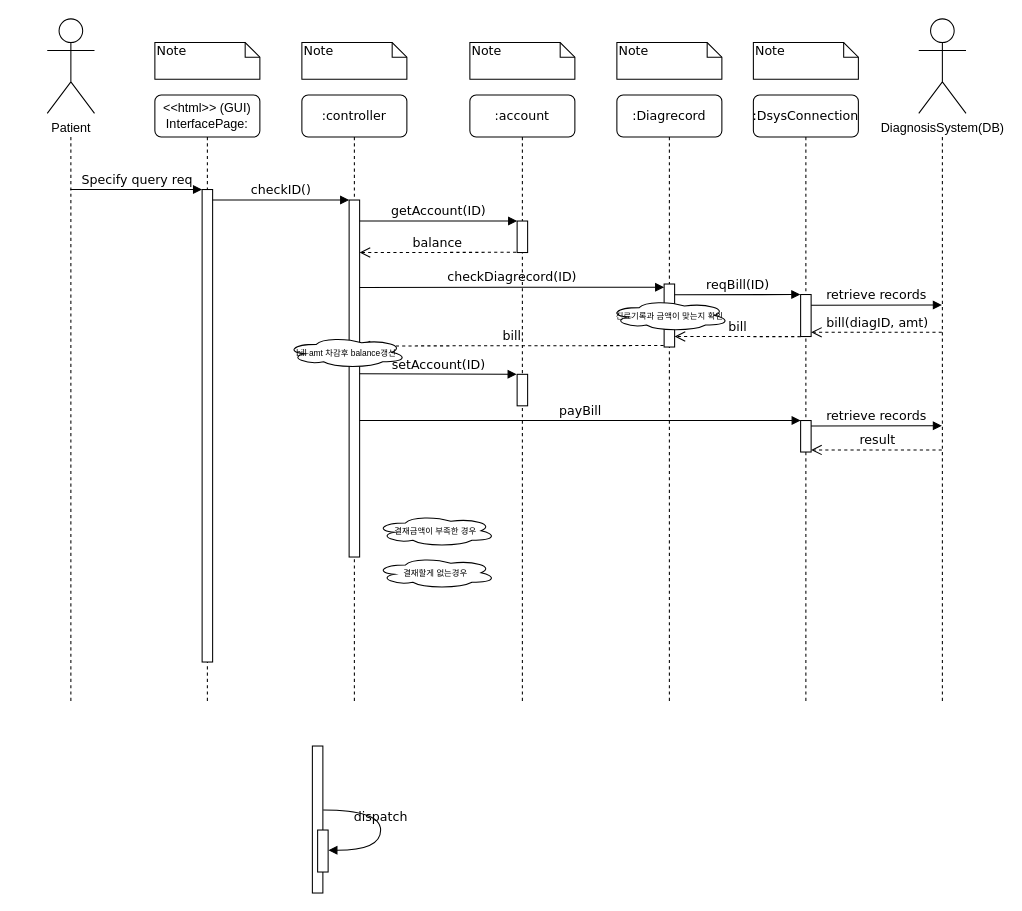
Earlier version of the draw.io diagram patient/UC5_sequence_diag.drawio (yhb1834/Smart-Health-Prediction-System). Source tidied: cells renumbered, new cells numbered last; positions are measured from the earlier drawing's top-left corner, leaving out a move shared by most shapes. Both pictures are drawn from the tidied source at 105%, with x=0, y=0 at pixel (18, 19).
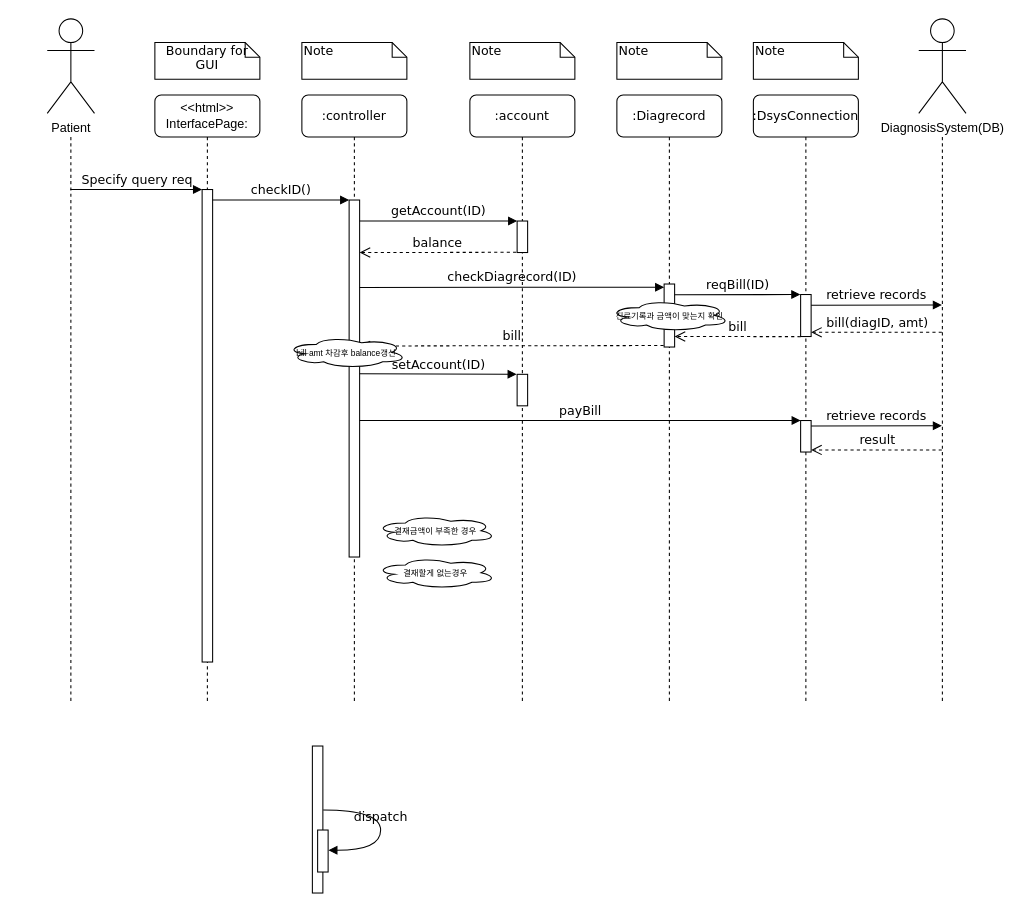
The same diagram, later.

The edit, as a diff of the source:
```diff
@@
-    <mxCell id="9" value="&lt;font face=&quot;Helvetica&quot;&gt;&amp;lt;&amp;lt;html&amp;gt;&amp;gt; (GUI)&lt;br&gt;InterfacePage:&lt;/font&gt;" style="shape=umlLifeline;perimeter=lifelinePerimeter;whiteSpace=wrap;html=1;rounded=1;shadow=0;comic=0;labelBackgroundColor=none;strokeWidth=1;fontFamily=Verdana;fontSize=12;align=center;" parent="1" vertex="1">
+    <mxCell id="9" value="&lt;font face=&quot;Helvetica&quot;&gt;&amp;lt;&amp;lt;html&amp;gt;&amp;gt;&lt;br&gt;InterfacePage:&lt;/font&gt;" style="shape=umlLifeline;perimeter=lifelinePerimeter;whiteSpace=wrap;html=1;rounded=1;shadow=0;comic=0;labelBackgroundColor=none;strokeWidth=1;fontFamily=Verdana;fontSize=12;align=center;" parent="1" vertex="1">
       <mxGeometry x="130" y="72" width="100" height="580" as="geometry" />
     </mxCell>
@@
-    <mxCell id="17" value="Note" style="shape=note;whiteSpace=wrap;html=1;size=14;verticalAlign=top;align=left;spacingTop=-6;rounded=0;shadow=0;comic=0;labelBackgroundColor=none;strokeWidth=1;fontFamily=Verdana;fontSize=12;" parent="1" vertex="1">
+    <mxCell id="17" value="Boundary for GUI" style="shape=note;whiteSpace=wrap;html=1;size=14;verticalAlign=top;align=center;spacingTop=-6;rounded=0;shadow=0;comic=0;labelBackgroundColor=none;strokeWidth=1;fontFamily=Verdana;fontSize=12;" parent="1" vertex="1">
       <mxGeometry x="130" y="22" width="100" height="35" as="geometry" />
     </mxCell>
```
